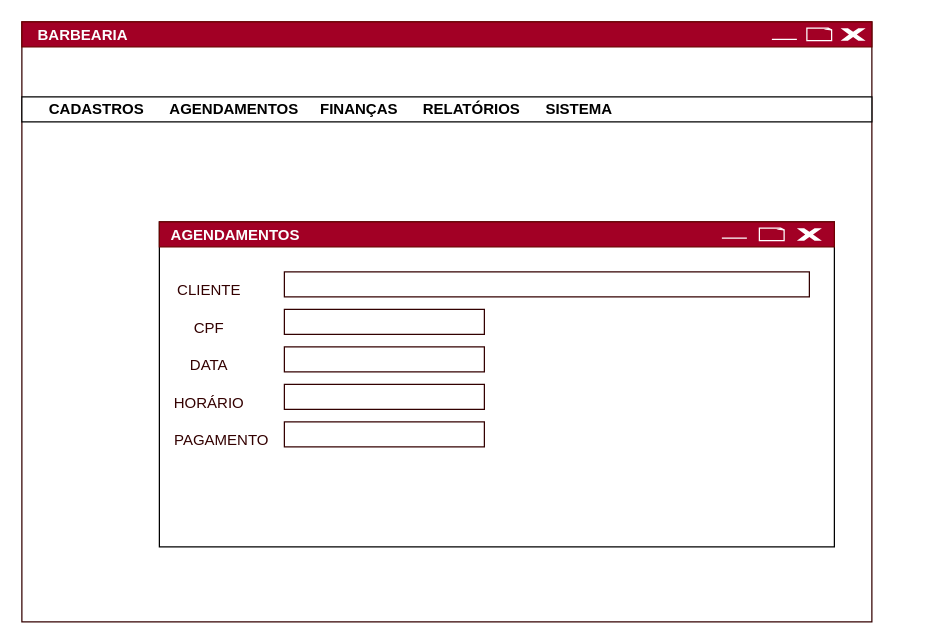
Earlier version of the draw.io diagram Projeto de Interface - Exercício AULA 5 - Engenharia de resquisitos.drawio (maiconlmotadev/Universidade_https-app.diagrams.net). Source tidied: cells renumbered, new cells numbered last; positions are measured from the earlier drawing's top-left corner, leaving out a move shared by most shapes. Both pictures are drawn from the tidied source at 125%, with x=0, y=0 at pixel (21, 21).
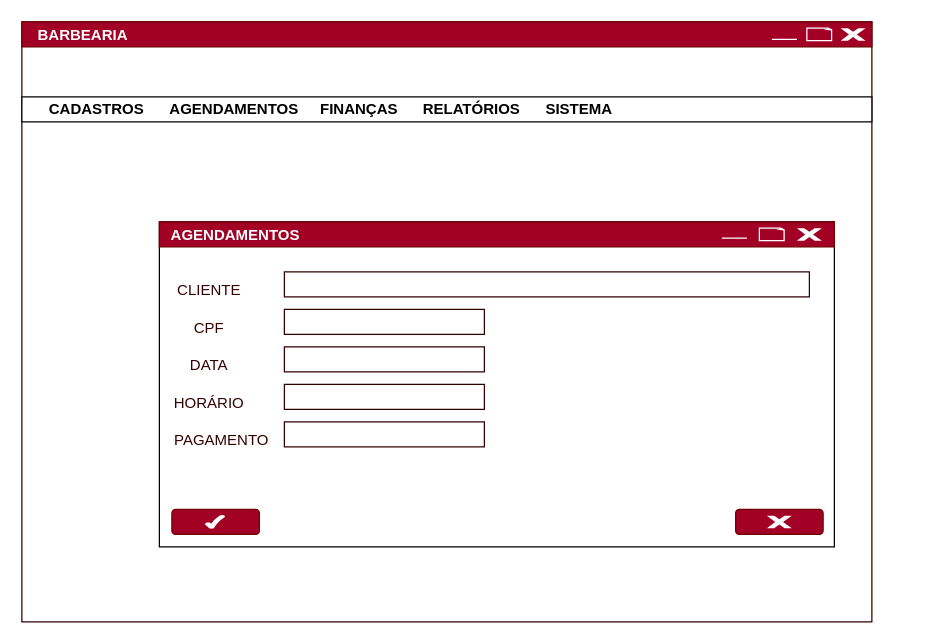
The same page after the edit.

What changed in the source:
```diff
@@
+    <mxCell id="31" style="rounded=1;whiteSpace=wrap;html=1;glass=0;fontColor=#ffffff;strokeColor=#6F0000;fillColor=#a20025;" parent="1" vertex="1">
+      <mxGeometry x="120" y="390" width="70" height="20" as="geometry" />
+    </mxCell>
+    <mxCell id="32" style="rounded=1;whiteSpace=wrap;html=1;glass=0;fontColor=#ffffff;strokeColor=#6F0000;fillColor=#a20025;" parent="1" vertex="1">
+      <mxGeometry x="571" y="390" width="70" height="20" as="geometry" />
+    </mxCell>
+    <mxCell id="33" style="verticalLabelPosition=bottom;verticalAlign=top;html=1;shape=mxgraph.basic.x;glass=0;strokeColor=none;" parent="1" vertex="1">
+      <mxGeometry x="596" y="395" width="20" height="10" as="geometry" />
+    </mxCell>
+    <mxCell id="34" style="verticalLabelPosition=bottom;verticalAlign=top;html=1;shape=mxgraph.basic.tick;glass=0;strokeColor=#FCFEFF;" parent="1" vertex="1">
+      <mxGeometry x="147" y="395" width="15" height="10" as="geometry" />
+    </mxCell>
```
